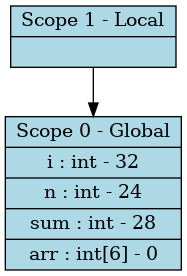
The Graphviz diagram Compiler/symbol_table.png in satish-pati/3_Compilers_LabProject, before a commit. Its source is kept beside it as Compiler/symbol_table.dot.
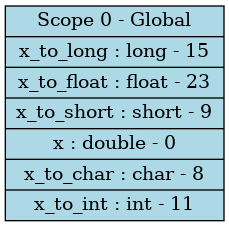
After the change.

Diff of the diagram source:
```diff
@@ -1,6 +1,4 @@
 digraph SymbolTable {
   node [shape=record, style=filled, fillcolor=lightblue];
-  scope0 [label="{Scope 0 - Global|i : int - 32|n : int - 24|sum : int - 28|arr : int[6] - 0}"];
-  scope1 [label="{Scope 1 - Local|}"];
-  scope1 -> scope0;
+  scope0 [label="{Scope 0 - Global|x_to_long : long - 15|x_to_float : float - 23|x_to_short : short - 9|x : double - 0|x_to_char : char - 8|x_to_int : int - 11}"];
 }
```
